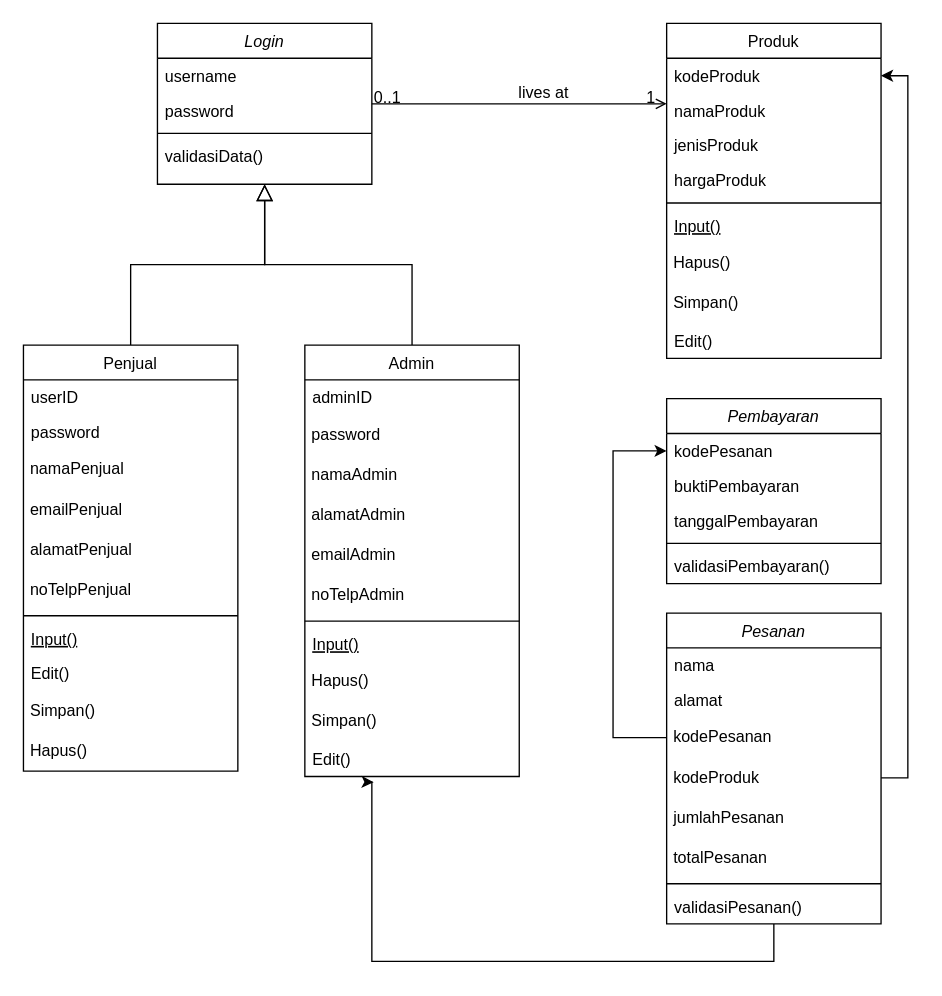
Before: Untitled Diagram.drawio in wibinabae/nabaeApps, a draw.io diagram. Source tidied: cells renumbered, new cells numbered last; positions are measured from the earlier drawing's top-left corner, leaving out a move shared by most shapes. Both pictures are drawn from the tidied source at 134%, with x=0, y=0 at pixel (23, 23).
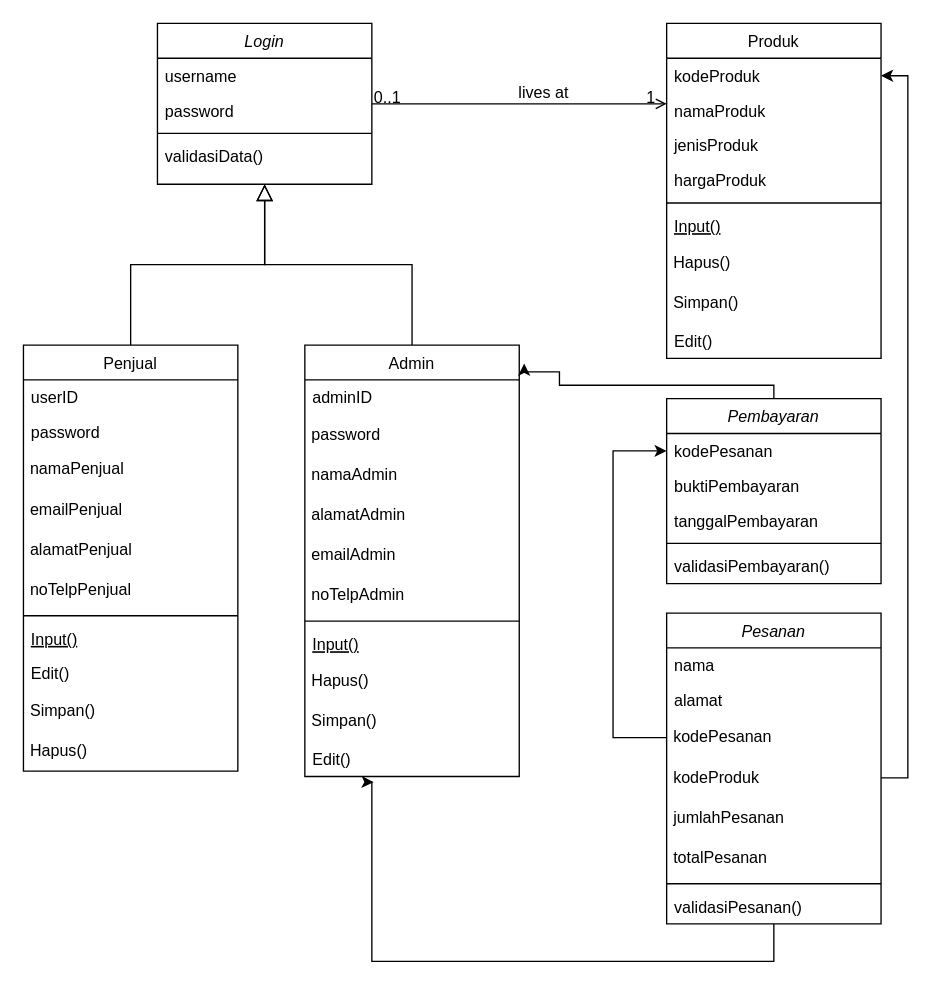
The same page after the edit.

The change refers to these unchanged cells:
```xml
<mxCell id="20" value="Admin&#10;" style="swimlane;fontStyle=0;align=center;verticalAlign=top;horizontal=1;startSize=26;rounded=0;shadow=0;strokeWidth=1;" parent="1" vertex="1">
  <mxGeometry x="210" y="240" width="160" height="322" as="geometry" />
</mxCell>
<mxCell id="47" value="Pembayaran" style="swimlane;fontStyle=2;align=center;verticalAlign=top;horizontal=1;startSize=26;rounded=0;shadow=0;strokeWidth=1;" parent="1" vertex="1">
  <mxGeometry x="480" y="280" width="160" height="138" as="geometry" />
</mxCell>
```

What changed in the source:
```diff
@@
+    <mxCell id="65" style="edgeStyle=orthogonalEdgeStyle;rounded=0;jettySize=auto;html=1;exitX=0.5;exitY=0;exitDx=0;exitDy=0;entryX=1.023;entryY=0.043;entryDx=0;entryDy=0;entryPerimeter=0;" parent="1" edge="1" source="47" target="20">
+      <mxGeometry relative="1" as="geometry">
+        <Array as="points">
+          <mxPoint x="560" y="270" />
+          <mxPoint x="400" y="270" />
+          <mxPoint x="400" y="260" />
+          <mxPoint x="374" y="260" />
+        </Array>
+      </mxGeometry>
+    </mxCell>
```
